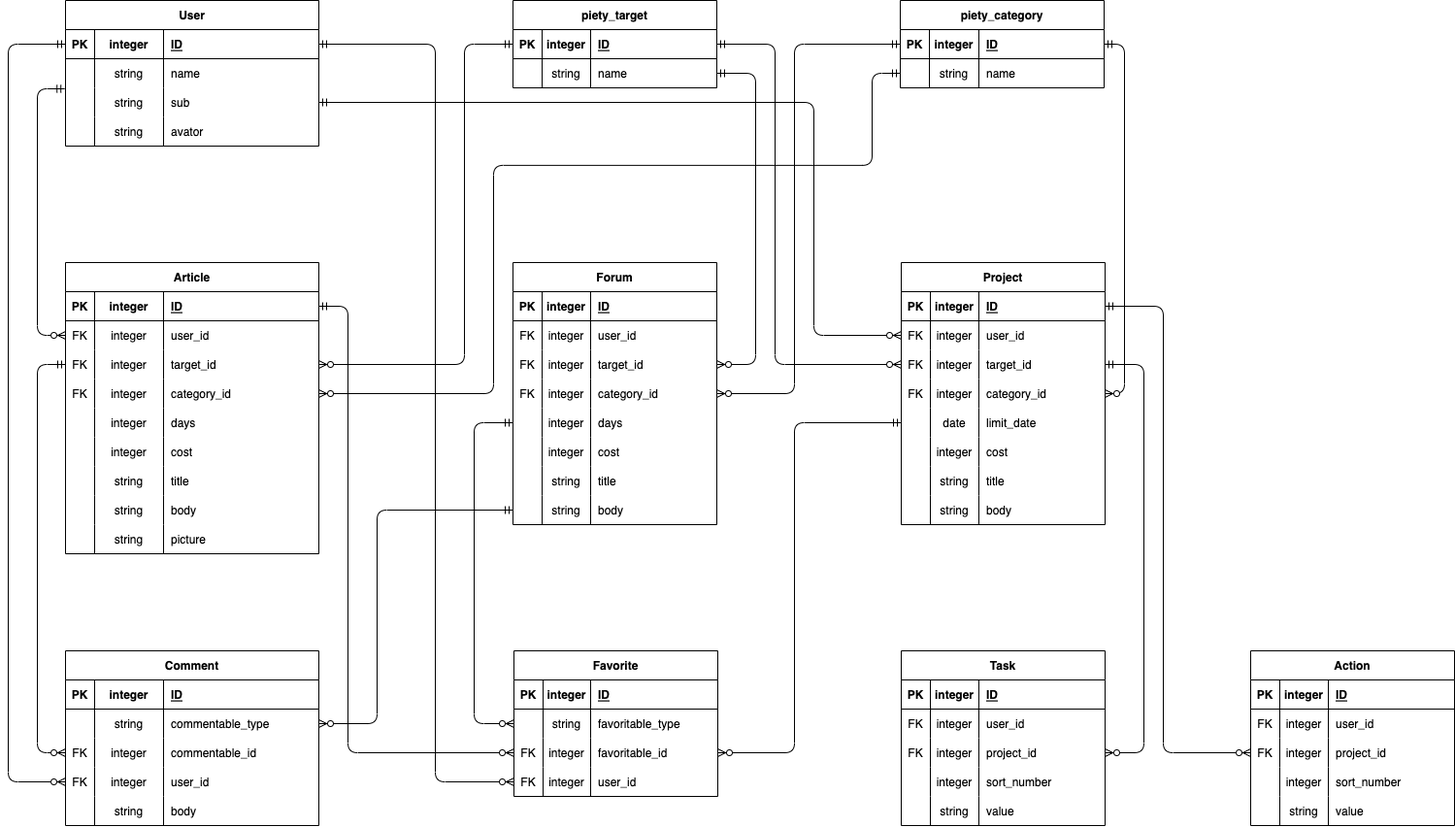
Earlier version of the draw.io export er.drawio.png (hibi6toshi/cocoaer). Source tidied: cells renumbered, new cells last; positions are measured from the earlier drawing's top-left corner, leaving out a move shared by most shapes.
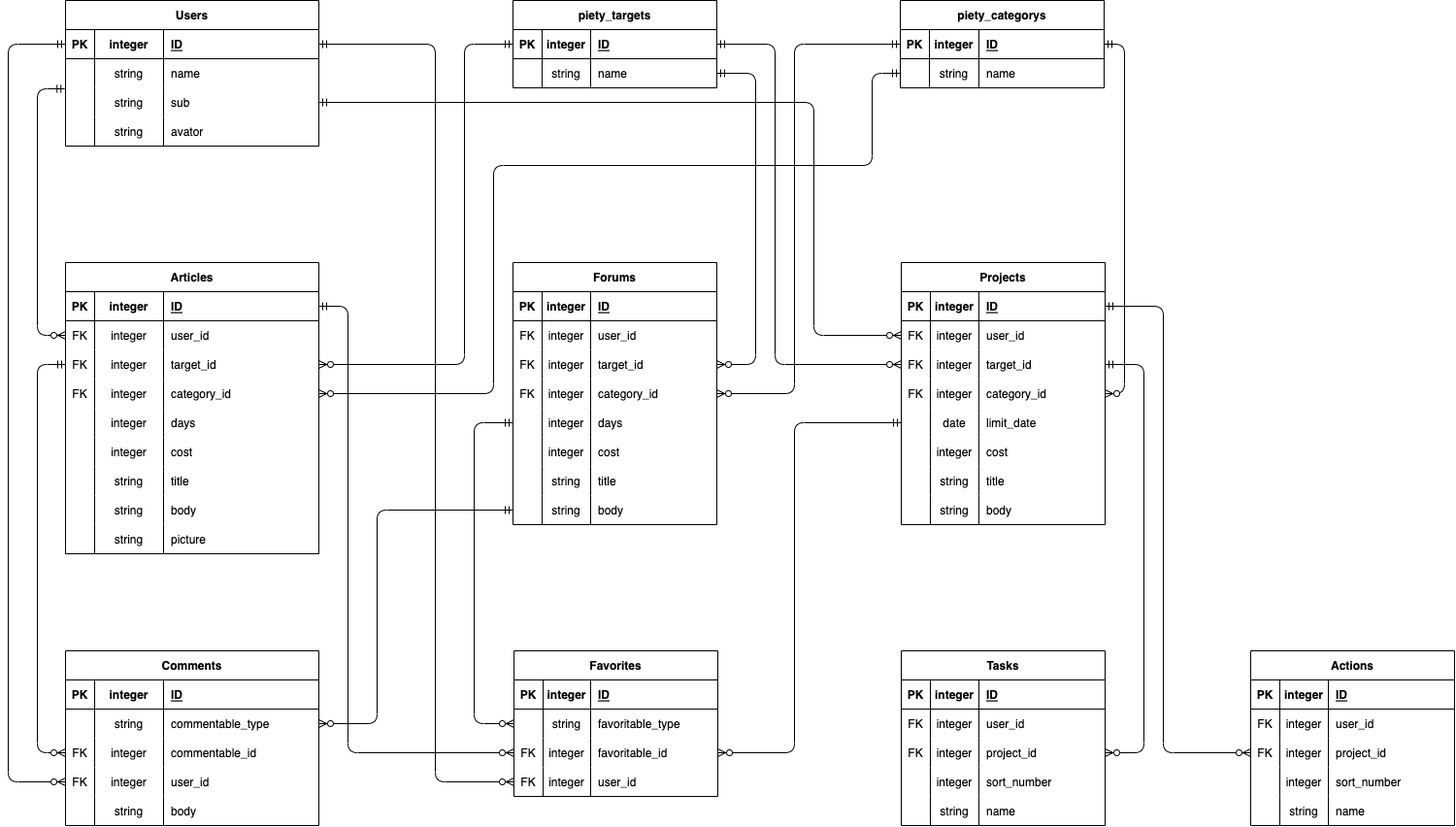
After the change.

Commit message:
テーブル名の複数形化・カラム名の修正

Change to the diagram source:
```diff
@@ -2,7 +2,7 @@
   <root>
     <mxCell id="0" />
     <mxCell id="1" parent="0" />
-    <mxCell id="2" value="Article" style="shape=table;startSize=30;rowLines=0;fontStyle=1;align=center;" parent="1" vertex="1">
+    <mxCell id="2" value="Articles" style="shape=table;startSize=30;rowLines=0;fontStyle=1;align=center;" parent="1" vertex="1">
       <mxGeometry x="59" y="270" width="261" height="300" as="geometry" />
     </mxCell>
     <mxCell id="3" style="shape=tableRow;horizontal=0;startSize=0;swimlaneHead=0;swimlaneBody=0;fillColor=none;points=[[0,0.5],[1,0.5]];portConstraint=eastwest;top=0;left=0;right=0;bottom=1;" parent="2" vertex="1">
@@ -113,7 +113,7 @@
     <mxCell id="38" value="picture" style="shape=partialRectangle;fillColor=none;top=0;left=0;bottom=0;right=0;align=left;spacingLeft=6;overflow=hidden;" parent="35" vertex="1">
       <mxGeometry x="101" width="160" height="30" as="geometry" />
     </mxCell>
-    <mxCell id="39" value="Project" style="shape=table;startSize=30;rowLines=0;fontStyle=1;align=center;" parent="1" vertex="1">
+    <mxCell id="39" value="Projects" style="shape=table;startSize=30;rowLines=0;fontStyle=1;align=center;" parent="1" vertex="1">
       <mxGeometry x="920" y="270" width="210" height="270" as="geometry" />
     </mxCell>
     <mxCell id="40" style="shape=tableRow;horizontal=0;startSize=0;swimlaneHead=0;swimlaneBody=0;fillColor=none;points=[[0,0.5],[1,0.5]];portConstraint=eastwest;top=0;left=0;right=0;bottom=1;" parent="39" vertex="1">
@@ -212,7 +212,7 @@
     <mxCell id="71" value="body" style="shape=partialRectangle;fillColor=none;top=0;left=0;bottom=0;right=0;align=left;spacingLeft=6;overflow=hidden;" parent="68" vertex="1">
       <mxGeometry x="80" width="130" height="30" as="geometry" />
     </mxCell>
-    <mxCell id="72" value="Comment" style="shape=table;startSize=30;rowLines=0;fontStyle=1;align=center;" parent="1" vertex="1">
+    <mxCell id="72" value="Comments" style="shape=table;startSize=30;rowLines=0;fontStyle=1;align=center;" parent="1" vertex="1">
       <mxGeometry x="59" y="670" width="261" height="180" as="geometry" />
     </mxCell>
     <mxCell id="73" style="shape=tableRow;horizontal=0;startSize=0;swimlaneHead=0;swimlaneBody=0;fillColor=none;top=0;left=0;right=0;bottom=1;" parent="72" vertex="1">
@@ -275,7 +275,7 @@
     <mxCell id="92" value="body" style="shape=partialRectangle;fillColor=none;top=0;left=0;bottom=0;right=0;align=left;spacingLeft=6;overflow=hidden;" parent="89" vertex="1">
       <mxGeometry x="101" width="160" height="30" as="geometry" />
     </mxCell>
-    <mxCell id="93" value="Forum" style="shape=table;startSize=30;rowLines=0;fontStyle=1;align=center;" parent="1" vertex="1">
+    <mxCell id="93" value="Forums" style="shape=table;startSize=30;rowLines=0;fontStyle=1;align=center;" parent="1" vertex="1">
       <mxGeometry x="520" y="270" width="210" height="270" as="geometry" />
     </mxCell>
     <mxCell id="94" style="shape=tableRow;horizontal=0;startSize=0;swimlaneHead=0;swimlaneBody=0;fillColor=none;top=0;left=0;right=0;bottom=1;" parent="93" vertex="1">
@@ -374,7 +374,7 @@
     <mxCell id="125" value="body" style="shape=partialRectangle;fillColor=none;top=0;left=0;bottom=0;right=0;align=left;spacingLeft=6;overflow=hidden;" parent="122" vertex="1">
       <mxGeometry x="80" width="130" height="30" as="geometry" />
     </mxCell>
-    <mxCell id="126" value="Favorite" style="shape=table;startSize=30;rowLines=0;fontStyle=1;align=center;" parent="1" vertex="1">
+    <mxCell id="126" value="Favorites" style="shape=table;startSize=30;rowLines=0;fontStyle=1;align=center;" parent="1" vertex="1">
       <mxGeometry x="521" y="670" width="210" height="150" as="geometry" />
     </mxCell>
     <mxCell id="127" style="shape=tableRow;horizontal=0;startSize=0;swimlaneHead=0;swimlaneBody=0;fillColor=none;top=0;left=0;right=0;bottom=1;" parent="126" vertex="1">
@@ -425,7 +425,7 @@
     <mxCell id="142" value="user_id" style="shape=partialRectangle;fillColor=none;top=0;left=0;bottom=0;right=0;align=left;spacingLeft=6;overflow=hidden;" parent="139" vertex="1">
       <mxGeometry x="79" width="131" height="30" as="geometry" />
     </mxCell>
-    <mxCell id="143" value="User" style="shape=table;startSize=30;rowLines=0;fontStyle=1;align=center;" parent="1" vertex="1">
+    <mxCell id="143" value="Users" style="shape=table;startSize=30;rowLines=0;fontStyle=1;align=center;" parent="1" vertex="1">
       <mxGeometry x="59" width="261" height="150" as="geometry" />
     </mxCell>
     <mxCell id="144" style="shape=tableRow;horizontal=0;startSize=0;swimlaneHead=0;swimlaneBody=0;fillColor=none;points=[[0,0.5],[1,0.5]];portConstraint=eastwest;top=0;left=0;right=0;bottom=1;" parent="143" vertex="1">
@@ -476,7 +476,7 @@
     <mxCell id="159" value="avator" style="shape=partialRectangle;fillColor=none;top=0;left=0;bottom=0;right=0;align=left;spacingLeft=6;overflow=hidden;" parent="156" vertex="1">
       <mxGeometry x="101" width="160" height="30" as="geometry" />
     </mxCell>
-    <mxCell id="160" value="piety_category" style="shape=table;startSize=30;rowLines=0;fontStyle=1;align=center;" parent="1" vertex="1">
+    <mxCell id="160" value="piety_categorys" style="shape=table;startSize=30;rowLines=0;fontStyle=1;align=center;" parent="1" vertex="1">
       <mxGeometry x="919" width="210" height="90" as="geometry" />
     </mxCell>
     <mxCell id="161" style="shape=tableRow;horizontal=0;startSize=0;swimlaneHead=0;swimlaneBody=0;fillColor=none;points=[[0,0.5],[1,0.5]];portConstraint=eastwest;top=0;left=0;right=0;bottom=1;" parent="160" vertex="1">
@@ -503,7 +503,7 @@
     <mxCell id="168" value="name" style="shape=partialRectangle;fillColor=none;top=0;left=0;bottom=0;right=0;align=left;spacingLeft=6;overflow=hidden;" parent="165" vertex="1">
       <mxGeometry x="81" width="129" height="30" as="geometry" />
     </mxCell>
-    <mxCell id="169" value="piety_target" style="shape=table;startSize=30;rowLines=0;fontStyle=1;align=center;" parent="1" vertex="1">
+    <mxCell id="169" value="piety_targets" style="shape=table;startSize=30;rowLines=0;fontStyle=1;align=center;" parent="1" vertex="1">
       <mxGeometry x="520" width="210" height="90" as="geometry" />
     </mxCell>
     <mxCell id="170" style="shape=tableRow;horizontal=0;startSize=0;swimlaneHead=0;swimlaneBody=0;fillColor=none;points=[[0,0.5],[1,0.5]];portConstraint=eastwest;top=0;left=0;right=0;bottom=1;" parent="169" vertex="1">
@@ -586,7 +586,7 @@
         </Array>
       </mxGeometry>
     </mxCell>
-    <mxCell id="185" value="Task" style="shape=table;startSize=30;rowLines=0;fontStyle=1;align=center;" parent="1" vertex="1">
+    <mxCell id="185" value="Tasks" style="shape=table;startSize=30;rowLines=0;fontStyle=1;align=center;" parent="1" vertex="1">
       <mxGeometry x="920" y="670" width="210" height="180" as="geometry" />
     </mxCell>
     <mxCell id="186" style="shape=tableRow;horizontal=0;startSize=0;swimlaneHead=0;swimlaneBody=0;fillColor=none;top=0;left=0;right=0;bottom=1;" parent="185" vertex="1">
@@ -646,10 +646,10 @@
     <mxCell id="204" value="string" style="shape=partialRectangle;fillColor=none;top=0;left=0;bottom=0;right=0;overflow=hidden;" parent="202" vertex="1">
       <mxGeometry x="30" width="50" height="30" as="geometry" />
     </mxCell>
-    <mxCell id="205" value="value" style="shape=partialRectangle;fillColor=none;top=0;left=0;bottom=0;right=0;align=left;spacingLeft=6;overflow=hidden;" parent="202" vertex="1">
+    <mxCell id="205" value="name" style="shape=partialRectangle;fillColor=none;top=0;left=0;bottom=0;right=0;align=left;spacingLeft=6;overflow=hidden;" parent="202" vertex="1">
       <mxGeometry x="80" width="130" height="30" as="geometry" />
     </mxCell>
-    <mxCell id="206" value="Action" style="shape=table;startSize=30;rowLines=0;fontStyle=1;align=center;" parent="1" vertex="1">
+    <mxCell id="206" value="Actions" style="shape=table;startSize=30;rowLines=0;fontStyle=1;align=center;" parent="1" vertex="1">
       <mxGeometry x="1280" y="670" width="210" height="180" as="geometry" />
     </mxCell>
     <mxCell id="207" style="shape=tableRow;horizontal=0;startSize=0;swimlaneHead=0;swimlaneBody=0;fillColor=none;top=0;left=0;right=0;bottom=1;" parent="206" vertex="1">
@@ -709,7 +709,7 @@
     <mxCell id="225" value="string" style="shape=partialRectangle;fillColor=none;top=0;left=0;bottom=0;right=0;overflow=hidden;" parent="223" vertex="1">
       <mxGeometry x="30" width="50" height="30" as="geometry" />
     </mxCell>
-    <mxCell id="226" value="value" style="shape=partialRectangle;fillColor=none;top=0;left=0;bottom=0;right=0;align=left;spacingLeft=6;overflow=hidden;" parent="223" vertex="1">
+    <mxCell id="226" value="name" style="shape=partialRectangle;fillColor=none;top=0;left=0;bottom=0;right=0;align=left;spacingLeft=6;overflow=hidden;" parent="223" vertex="1">
       <mxGeometry x="80" width="130" height="30" as="geometry" />
     </mxCell>
     <mxCell id="227" style="edgeStyle=orthogonalEdgeStyle;fontSize=12;html=1;endArrow=ERzeroToMany;startArrow=ERmandOne;exitX=1;exitY=0.5;exitDx=0;exitDy=0;entryX=0;entryY=0.5;entryDx=0;entryDy=0;" parent="1" edge="1" source="x" target="190">
```
